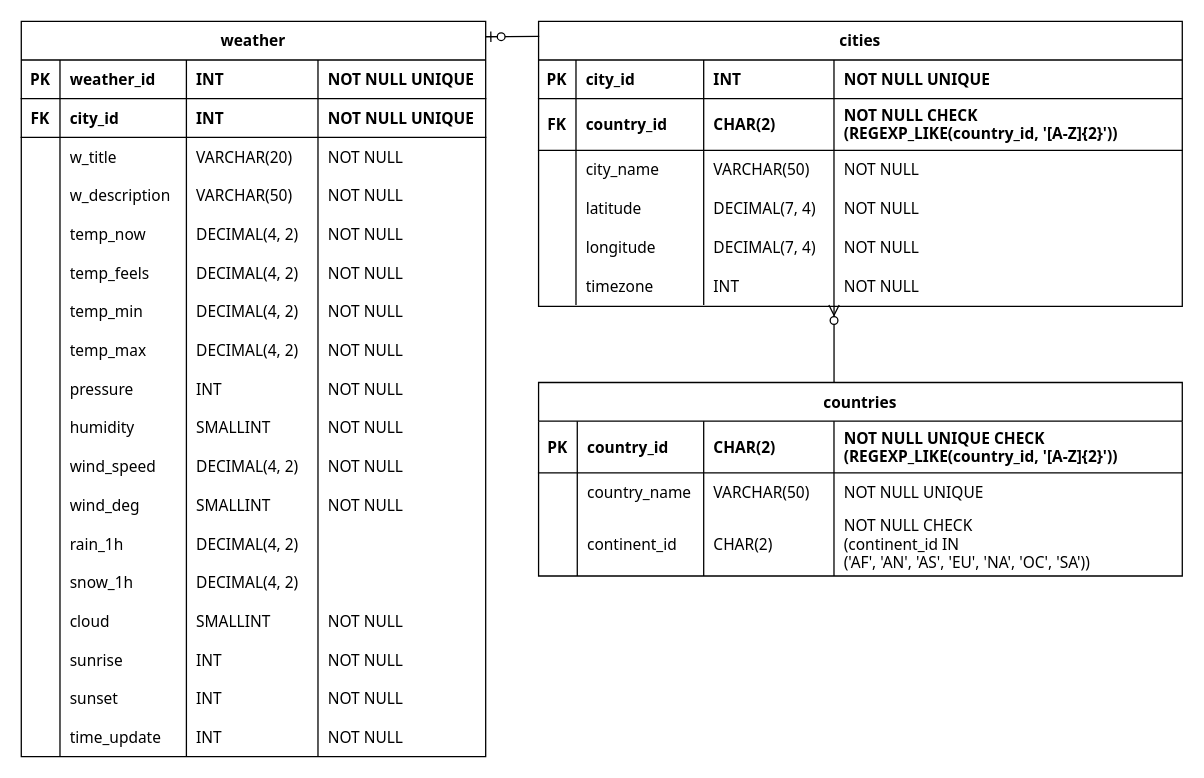
Before: docs/diagram/database_erd.drawio in suyons/clickcloud, a draw.io diagram. Source tidied: cells renumbered, new cells numbered last; positions are measured from the earlier drawing's top-left corner, leaving out a move shared by most shapes. Both pictures are drawn from the tidied source at 129%, with x=0, y=0 at pixel (21, 21).
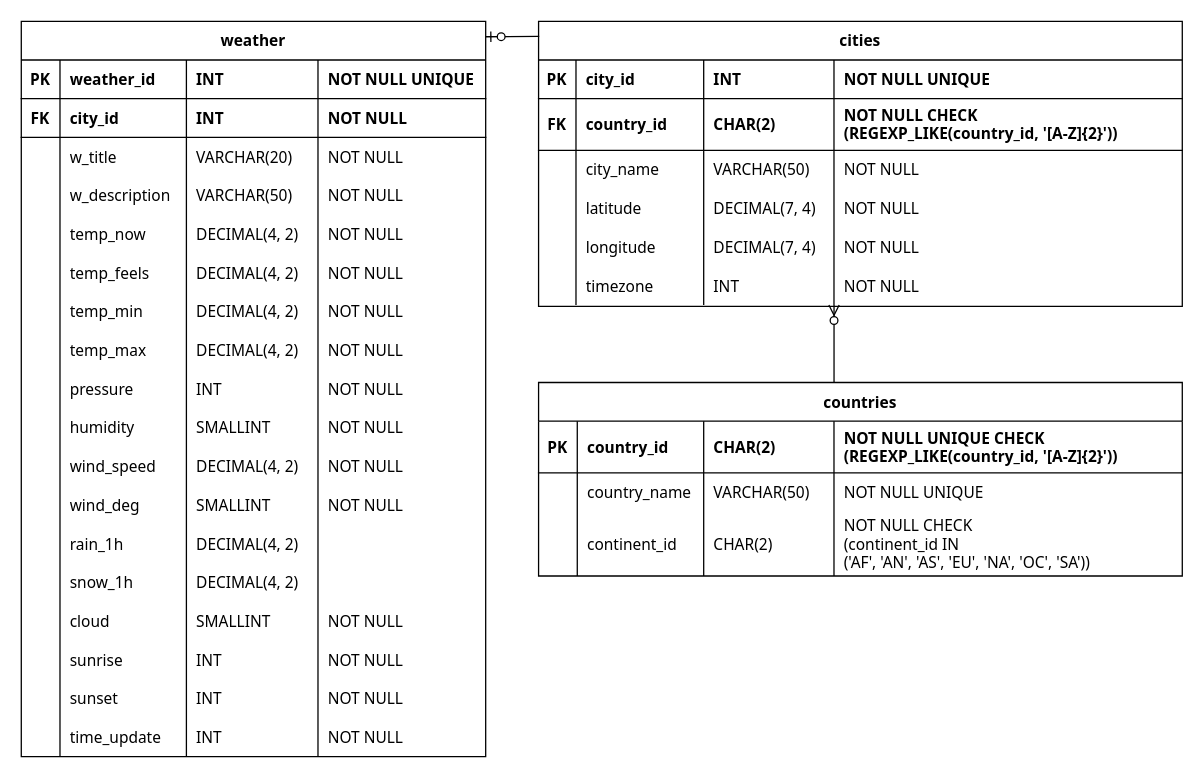
After the change.

Commit message (it also covers changes not shown here):
Docs: README.md, Diagram, Presentation 파일 수정

Unchanged cells that the change refers to:
```xml
<mxCell id="8" style="shape=tableRow;horizontal=0;startSize=0;swimlaneHead=0;swimlaneBody=0;fillColor=none;top=0;left=0;right=0;bottom=1;fontFamily=Tahoma;" parent="2" vertex="1">
  <mxGeometry y="60" width="360" height="30" as="geometry" />
</mxCell>
```

The edit, as a diff of the source:
```diff
@@
-    <mxCell id="12" value="NOT NULL UNIQUE" style="shape=partialRectangle;fillColor=none;top=0;left=0;bottom=0;right=0;align=left;spacingLeft=6;fontStyle=1;overflow=hidden;strokeColor=default;fontFamily=Tahoma;fontSize=12;" parent="8" vertex="1">
+    <mxCell id="12" value="NOT NULL" style="shape=partialRectangle;fillColor=none;top=0;left=0;bottom=0;right=0;align=left;spacingLeft=6;fontStyle=1;overflow=hidden;strokeColor=default;fontFamily=Tahoma;fontSize=12;" parent="8" vertex="1">
       <mxGeometry x="230" width="130" height="30" as="geometry" />
     </mxCell>
```
